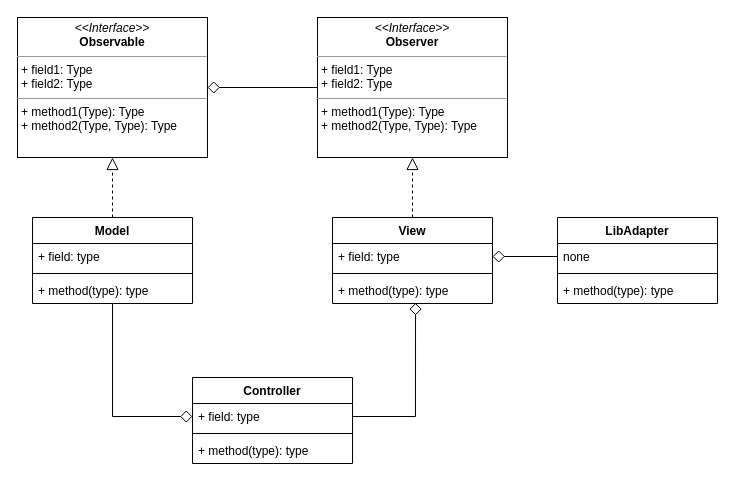
Draft00/SimpleTextEditor keeps this draw.io diagram as UML_Editor.drawio. Above is the earlier version. Source tidied: cells renumbered, new cells numbered last; positions are measured from the earlier drawing's top-left corner, leaving out a move shared by most shapes. Both pictures are drawn from the tidied source at 100%, with x=0, y=0 at pixel (17, 17).
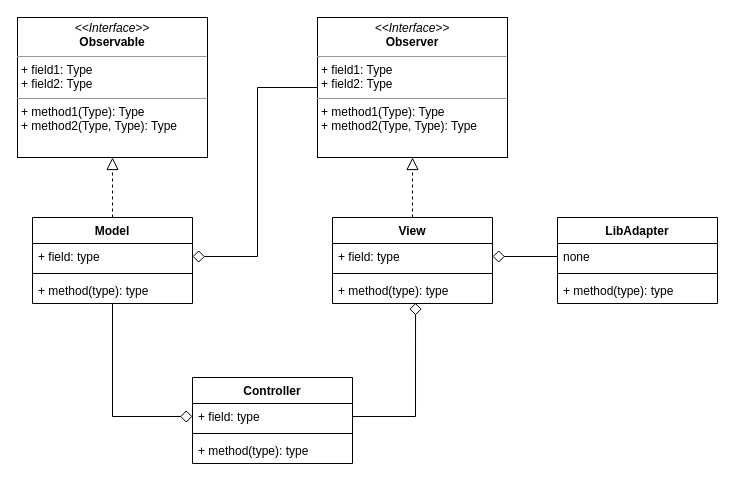
Above is the later version.

The change refers to these unchanged cells:
```xml
<mxCell id="3" value="&lt;p style=&quot;margin: 0px ; margin-top: 4px ; text-align: center&quot;&gt;&lt;i&gt;&amp;lt;&amp;lt;Interface&amp;gt;&amp;gt;&lt;/i&gt;&lt;br&gt;&lt;b&gt;Observer&lt;/b&gt;&lt;/p&gt;&lt;hr size=&quot;1&quot;&gt;&lt;p style=&quot;margin: 0px ; margin-left: 4px&quot;&gt;+ field1: Type&lt;br&gt;+ field2: Type&lt;/p&gt;&lt;hr size=&quot;1&quot;&gt;&lt;p style=&quot;margin: 0px ; margin-left: 4px&quot;&gt;+ method1(Type): Type&lt;br&gt;+ method2(Type, Type): Type&lt;/p&gt;" style="verticalAlign=top;align=left;overflow=fill;fontSize=12;fontFamily=Helvetica;html=1;" parent="1" vertex="1">
  <mxGeometry x="300" width="190" height="140" as="geometry" />
</mxCell>
<mxCell id="4" value="&lt;p style=&quot;margin: 0px ; margin-top: 4px ; text-align: center&quot;&gt;&lt;i&gt;&amp;lt;&amp;lt;Interface&amp;gt;&amp;gt;&lt;/i&gt;&lt;br&gt;&lt;b&gt;Observable&lt;/b&gt;&lt;/p&gt;&lt;hr size=&quot;1&quot;&gt;&lt;p style=&quot;margin: 0px ; margin-left: 4px&quot;&gt;+ field1: Type&lt;br&gt;+ field2: Type&lt;/p&gt;&lt;hr size=&quot;1&quot;&gt;&lt;p style=&quot;margin: 0px ; margin-left: 4px&quot;&gt;+ method1(Type): Type&lt;br&gt;+ method2(Type, Type): Type&lt;/p&gt;" style="verticalAlign=top;align=left;overflow=fill;fontSize=12;fontFamily=Helvetica;html=1;" parent="1" vertex="1">
  <mxGeometry width="190" height="140" as="geometry" />
</mxCell>
<mxCell id="8" value="+ field: type" style="text;strokeColor=none;fillColor=none;align=left;verticalAlign=top;spacingLeft=4;spacingRight=4;overflow=hidden;points=[[0,0.5],[1,0.5]];portConstraint=eastwest;" parent="7" vertex="1">
  <mxGeometry y="26" width="160" height="26" as="geometry" />
</mxCell>
```

Diff of the diagram source:
```diff
@@
-    <mxCell id="2" style="edgeStyle=orthogonalEdgeStyle;rounded=0;jettySize=auto;html=1;entryX=1;entryY=0.5;entryDx=0;entryDy=0;endArrow=diamond;endFill=0;endSize=10;" parent="1" edge="1" source="3" target="4">
-      <mxGeometry relative="1" as="geometry" />
-    </mxCell>
+    <mxCell id="26" style="edgeStyle=orthogonalEdgeStyle;rounded=0;jettySize=auto;html=1;entryX=1;entryY=0.5;entryDx=0;entryDy=0;endArrow=diamond;endFill=0;endSize=10;" parent="1" edge="1" source="3" target="8">
+      <mxGeometry relative="1" as="geometry">
+        <Array as="points">
+          <mxPoint x="240" y="70" />
+          <mxPoint x="240" y="239" />
+        </Array>
+      </mxGeometry>
+    </mxCell>
```
